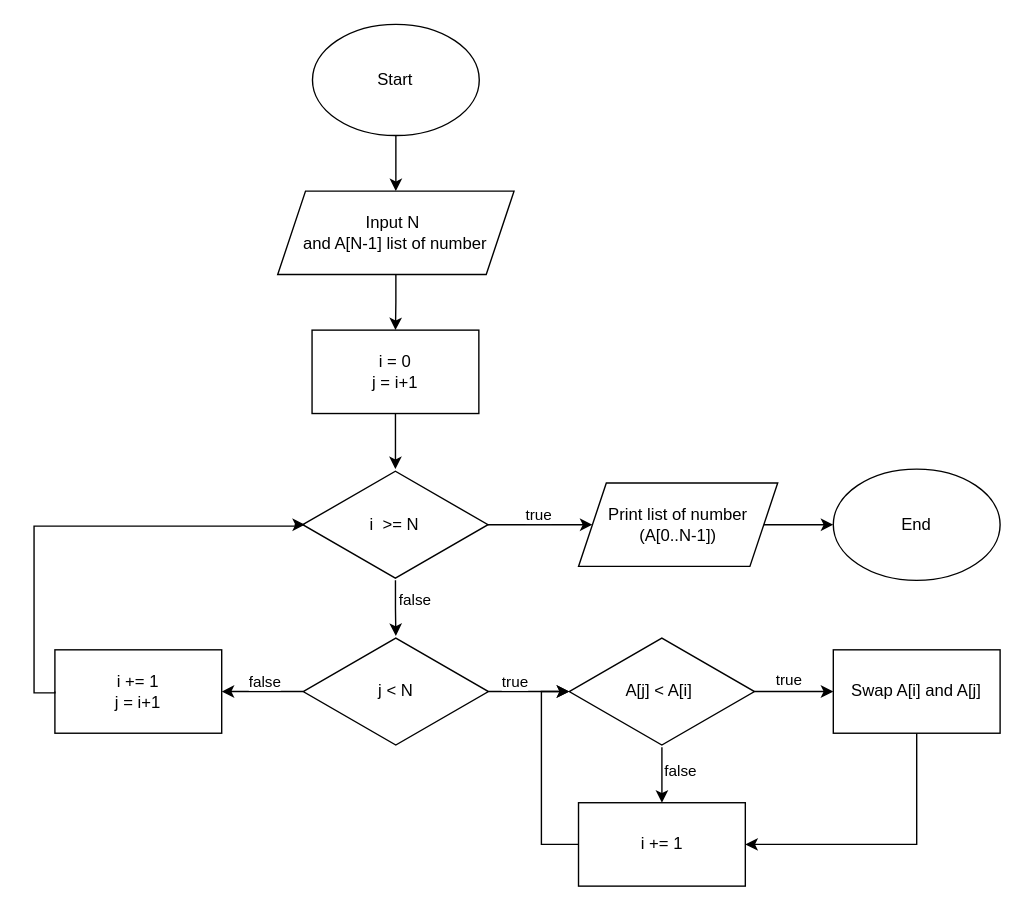
Above: page "Bài 10 (f)" (16 of 16) of drawio/Exercises_Week3-5.drawio in HerokeyVN/Temp (draw.io), before the change. Source tidied: cells renumbered, new cells numbered last; positions are measured from the earlier drawing's top-left corner, leaving out a move shared by most shapes. Both pictures are drawn from the tidied source at 139%, with x=0, y=0 at pixel (33, 24).
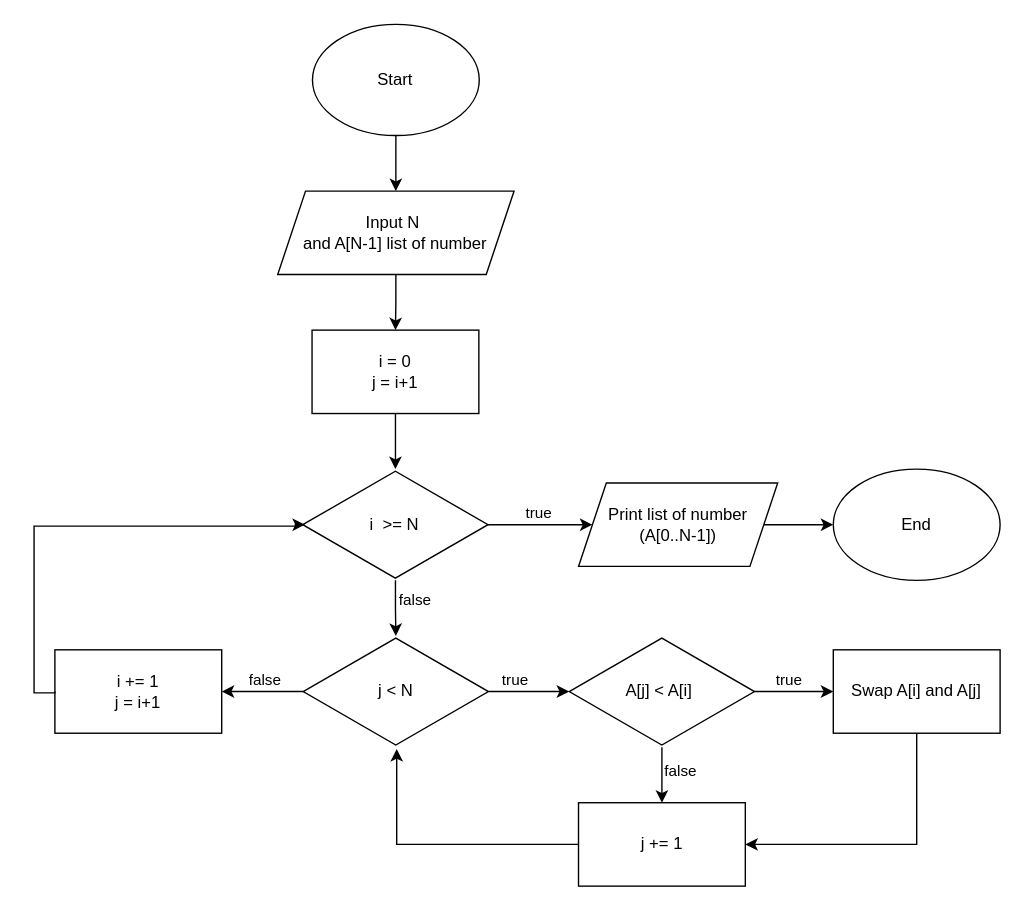
The same page after the edit.

Commit message:
Cập nhật Exercises_Week3-5.drawio

Unchanged cells that the change refers to:
```xml
<mxCell id="10" style="edgeStyle=orthogonalEdgeStyle;rounded=0;jettySize=auto;html=1;" parent="1" edge="1" source="12" target="30">
  <mxGeometry relative="1" as="geometry" />
</mxCell>
<mxCell id="13" style="edgeStyle=orthogonalEdgeStyle;rounded=0;jettySize=auto;html=1;" parent="1" edge="1" source="17" target="18">
  <mxGeometry relative="1" as="geometry" />
</mxCell>
<mxCell id="15" style="edgeStyle=orthogonalEdgeStyle;rounded=0;jettySize=auto;html=1;" parent="1" edge="1" source="17" target="23">
  <mxGeometry relative="1" as="geometry" />
</mxCell>
<mxCell id="17" value="j &amp;lt; N" style="html=1;whiteSpace=wrap;shape=isoRectangle;" parent="1" vertex="1">
  <mxGeometry x="193.6" y="440" width="133.3" height="80" as="geometry" />
</mxCell>
<mxCell id="23" value="A[j] &amp;lt; A[i]&amp;nbsp;" style="html=1;whiteSpace=wrap;shape=isoRectangle;" parent="1" vertex="1">
  <mxGeometry x="385" y="440" width="133.3" height="80" as="geometry" />
</mxCell>
```

Diff of the diagram source:
```diff
@@
     <mxCell id="11" value="true" style="edgeLabel;html=1;align=center;verticalAlign=middle;" parent="10" vertex="1">
       <mxGeometry x="-0.03" y="-1" relative="1" as="geometry">
-        <mxPoint y="-9" as="offset" />
+        <mxPoint y="-10" as="offset" />
       </mxGeometry>
     </mxCell>
@@
     <mxCell id="14" value="false" style="edgeLabel;html=1;align=center;verticalAlign=middle;" parent="13" vertex="1">
       <mxGeometry x="-0.06" relative="1" as="geometry">
-        <mxPoint y="-8" as="offset" />
+        <mxPoint y="-9" as="offset" />
       </mxGeometry>
     </mxCell>
@@
     <mxCell id="16" value="true" style="edgeLabel;html=1;align=center;verticalAlign=middle;" parent="15" vertex="1">
       <mxGeometry x="-0.31" y="-2" relative="1" as="geometry">
-        <mxPoint x="-1" y="-10" as="offset" />
+        <mxPoint x="-1" y="-11" as="offset" />
       </mxGeometry>
     </mxCell>
@@
-    <mxCell id="25" value="i += 1" style="whiteSpace=wrap;html=1;" parent="1" vertex="1">
+    <mxCell id="25" value="j += 1" style="whiteSpace=wrap;html=1;" parent="1" vertex="1">
       <mxGeometry x="391.7" y="560" width="120" height="60" as="geometry" />
     </mxCell>
-    <mxCell id="26" style="edgeStyle=orthogonalEdgeStyle;rounded=0;jettySize=auto;html=1;exitX=0;exitY=0.5;exitDx=0;exitDy=0;entryX=0;entryY=0.5;entryDx=0;entryDy=0;entryPerimeter=0;" parent="1" edge="1" source="25" target="23">
+    <mxCell id="26" style="edgeStyle=orthogonalEdgeStyle;rounded=0;jettySize=auto;html=1;exitX=0;exitY=0.5;exitDx=0;exitDy=0;entryX=0.505;entryY=1.017;entryDx=0;entryDy=0;entryPerimeter=0;" parent="1" edge="1" source="25" target="17">
       <mxGeometry relative="1" as="geometry" />
     </mxCell>
```
